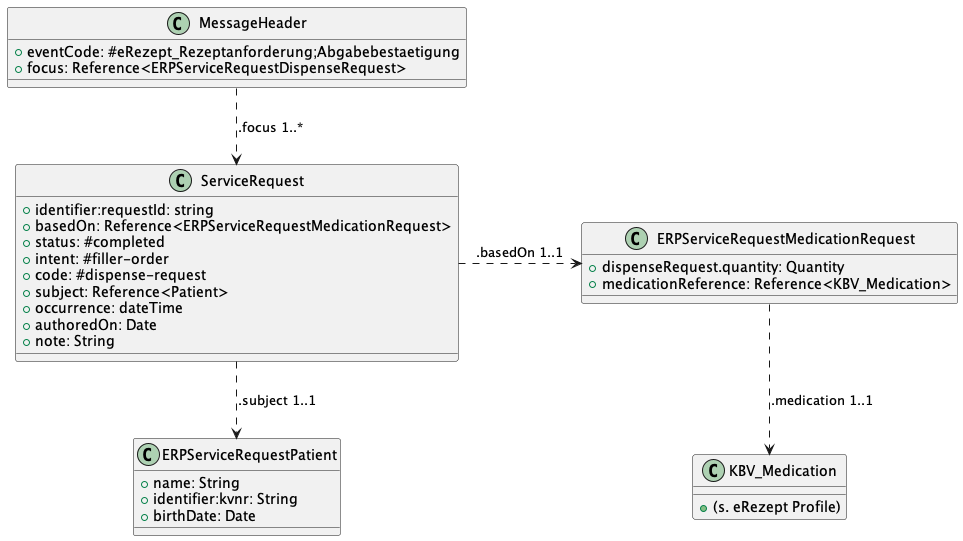
gematik/spec-E-Rezept-ServiceRequest keeps this PlantUML diagram as guides/ig-rezeptanforderung/images/puml_images/DispenseRequest_Confirmation_Class.png. Above is the earlier version.
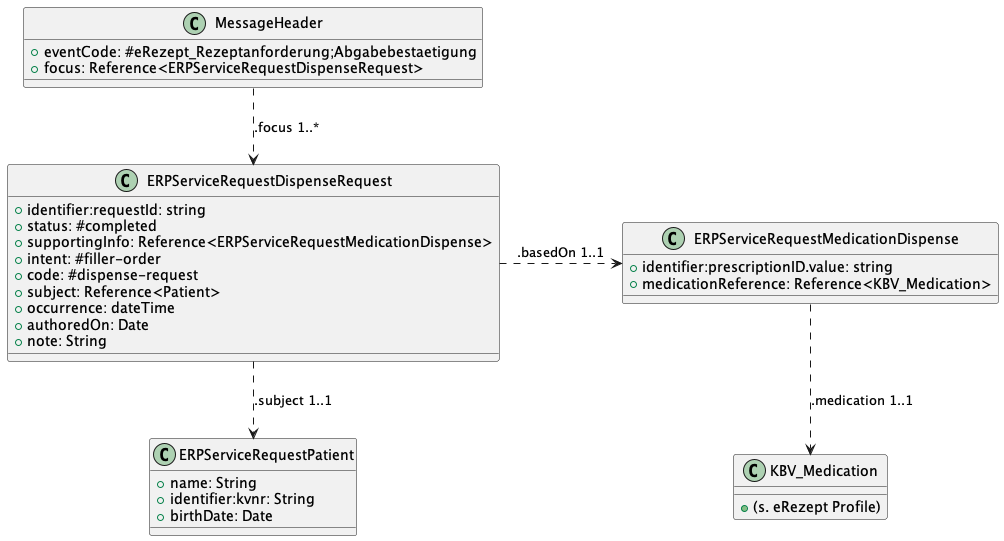
The same diagram one commit later.

Commit message:
Add Dispense information to IG

What changed in the source:
```diff
@@ -7,10 +7,10 @@
 }
 
 
-RECTANGLE "ServiceRequest" as SR {
+RECTANGLE "ERPServiceRequestDispenseRequest" as SR {
     +identifier:requestId: string
-    +basedOn: Reference<ERPServiceRequestMedicationRequest>
     +status: #completed
+    +supportingInfo: Reference<ERPServiceRequestMedicationDispense>
     +intent: #filler-order
     +code: #dispense-request
     +subject: Reference<Patient>
@@ -19,8 +19,8 @@
     +note: String
 }
 
-RECTANGLE "ERPServiceRequestMedicationRequest" as MR {
-    +dispenseRequest.quantity: Quantity
+RECTANGLE "ERPServiceRequestMedicationDispense" as MR {
+    +identifier:prescriptionID.value: string
     +medicationReference: Reference<KBV_Medication>
 }
 
```
